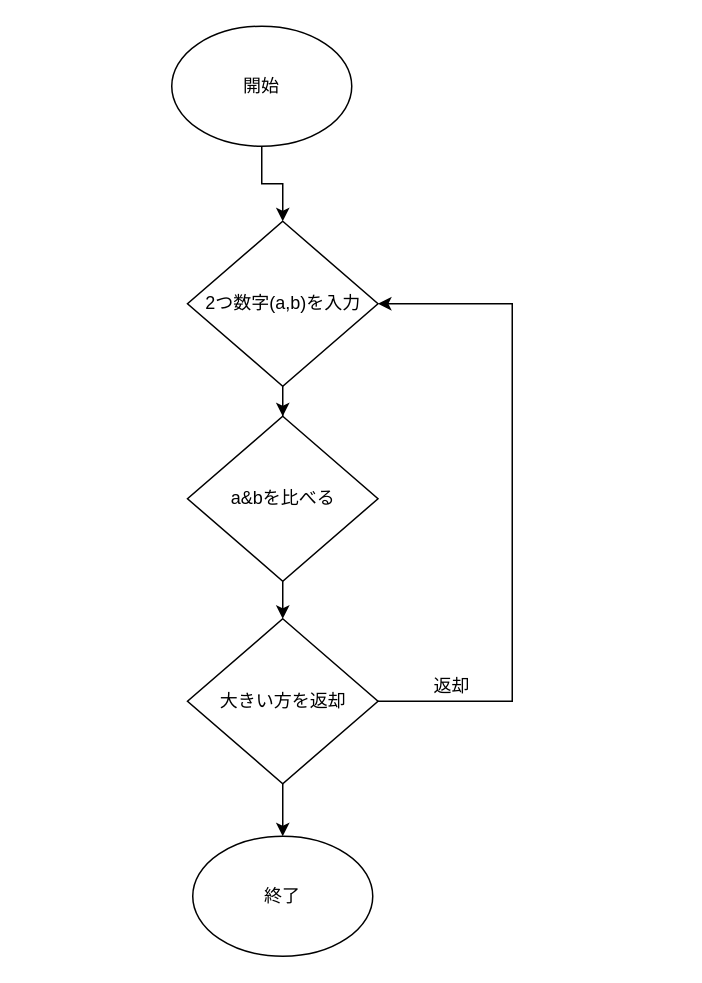
Earlier version of the draw.io diagram Untitled Diagram.drawio (HanyuC2019/flowchart). Source tidied: cells renumbered, new cells numbered last; positions are measured from the earlier drawing's top-left corner, leaving out a move shared by most shapes. Both pictures are drawn from the tidied source at 150%, with x=0, y=0 at pixel (171, 26).
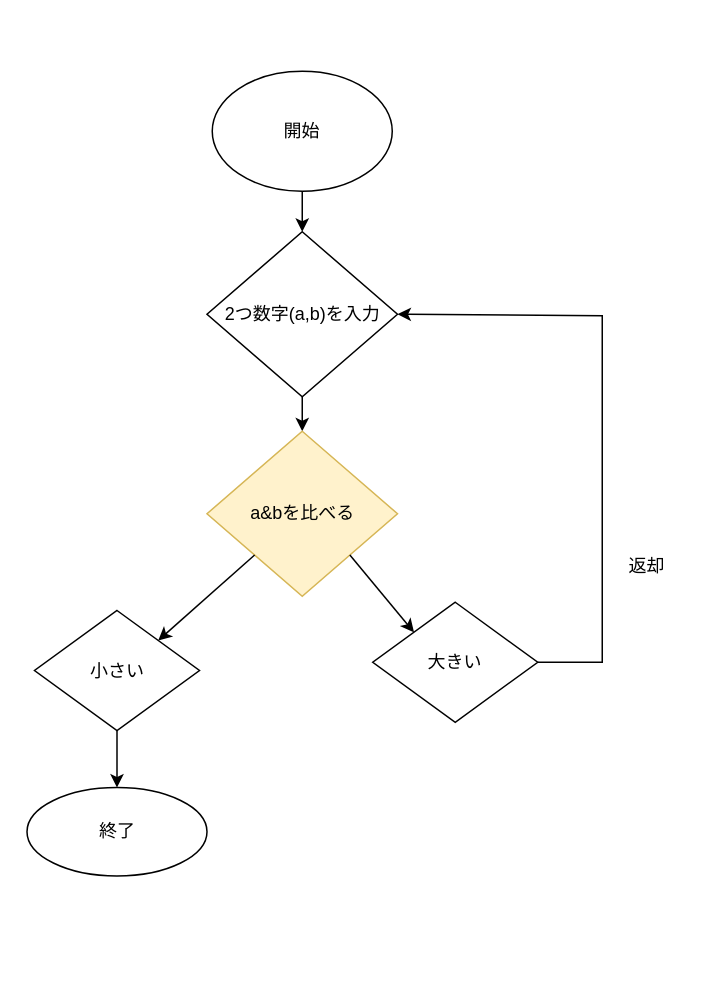
The same page after the edit.

Change to the diagram source:
```diff
@@
 <mxGraphModel>
   <root>
     <mxCell id="0" />
     <mxCell id="1" parent="0" />
     <mxCell id="2" value="開始" style="ellipse;whiteSpace=wrap;html=1;" parent="1" vertex="1">
-      <mxGeometry width="120" height="80" as="geometry" />
+      <mxGeometry x="27" y="30" width="120" height="80" as="geometry" />
     </mxCell>
     <mxCell id="3" style="edgeStyle=orthogonalEdgeStyle;rounded=0;jettySize=auto;html=1;" parent="1" edge="1" source="9" target="5">
       <mxGeometry relative="1" as="geometry" />
     </mxCell>
-    <mxCell id="4" style="edgeStyle=orthogonalEdgeStyle;rounded=0;jettySize=auto;html=1;" parent="1" edge="1" source="5" target="8">
-      <mxGeometry relative="1" as="geometry" />
-    </mxCell>
-    <mxCell id="5" value="a&amp;amp;bを比べる" style="rhombus;whiteSpace=wrap;html=1;" parent="1" vertex="1">
-      <mxGeometry x="10.5" y="260" width="127" height="110" as="geometry" />
+    <mxCell id="5" value="a&amp;amp;bを比べる" style="rhombus;whiteSpace=wrap;html=1;fillColor=#fff2cc;strokeColor=#d6b656;" parent="1" vertex="1">
+      <mxGeometry x="23.5" y="270" width="127" height="110" as="geometry" />
     </mxCell>
-    <mxCell id="6" style="edgeStyle=orthogonalEdgeStyle;rounded=0;jettySize=auto;html=1;entryX=1;entryY=0.5;entryDx=0;entryDy=0;" parent="1" edge="1" source="8" target="9">
+    <mxCell id="6" style="edgeStyle=orthogonalEdgeStyle;rounded=0;jettySize=auto;html=1;entryX=1;entryY=0.5;entryDx=0;entryDy=0;exitX=1;exitY=0.5;exitDx=0;exitDy=0;" parent="1" edge="1" source="15" target="9">
       <mxGeometry relative="1" as="geometry">
         <Array as="points">
-          <mxPoint x="227" y="450" />
-          <mxPoint x="227" y="185" />
+          <mxPoint x="287" y="424" />
+          <mxPoint x="287" y="193" />
         </Array>
       </mxGeometry>
     </mxCell>
-    <mxCell id="7" style="edgeStyle=orthogonalEdgeStyle;rounded=0;jettySize=auto;html=1;entryX=0.5;entryY=0;entryDx=0;entryDy=0;" parent="1" edge="1" source="8" target="12">
-      <mxGeometry relative="1" as="geometry" />
+    <mxCell id="7" style="edgeStyle=orthogonalEdgeStyle;rounded=0;jettySize=auto;html=1;entryX=0.5;entryY=0;entryDx=0;entryDy=0;" parent="1" edge="1" target="12">
+      <mxGeometry relative="1" as="geometry">
+        <mxPoint x="-36.5" y="469.6" as="sourcePoint" />
+      </mxGeometry>
     </mxCell>
-    <mxCell id="8" value="大きい方を返却" style="rhombus;whiteSpace=wrap;html=1;" parent="1" vertex="1">
-      <mxGeometry x="10.5" y="395" width="127" height="110" as="geometry" />
-    </mxCell>
     <mxCell id="9" value="2つ数字(a,b)を入力" style="rhombus;whiteSpace=wrap;html=1;" parent="1" vertex="1">
-      <mxGeometry x="10.5" y="130" width="127" height="110" as="geometry" />
+      <mxGeometry x="23.5" y="137" width="127" height="110" as="geometry" />
     </mxCell>
     <mxCell id="10" style="edgeStyle=orthogonalEdgeStyle;rounded=0;jettySize=auto;html=1;" parent="1" edge="1" source="2" target="9">
       <mxGeometry relative="1" as="geometry" />
     </mxCell>
     <mxCell id="11" value="返却" style="text;html=1;strokeColor=none;fillColor=none;align=center;verticalAlign=middle;whiteSpace=wrap;rounded=0;" parent="1" vertex="1">
-      <mxGeometry x="167" y="430" width="40" height="20" as="geometry" />
+      <mxGeometry x="297" y="350" width="40" height="20" as="geometry" />
     </mxCell>
     <mxCell id="12" value="終了" style="ellipse;whiteSpace=wrap;html=1;" parent="1" vertex="1">
-      <mxGeometry x="14" y="540" width="120" height="80" as="geometry" />
+      <mxGeometry x="-96.5" y="507.5" width="120" height="59" as="geometry" />
     </mxCell>
+    <mxCell id="13" value="小さい" style="rhombus;whiteSpace=wrap;html=1;" parent="1" vertex="1">
+      <mxGeometry x="-91.5" y="389.5" width="110" height="80" as="geometry" />
+    </mxCell>
+    <mxCell id="14" style="endArrow=classic;html=1;entryX=1;entryY=0;entryDx=0;entryDy=0;exitX=0;exitY=1;exitDx=0;exitDy=0;" parent="1" edge="1" source="5" target="13">
+      <mxGeometry relative="1" as="geometry" />
+    </mxCell>
+    <mxCell id="15" value="大きい" style="rhombus;whiteSpace=wrap;html=1;" parent="1" vertex="1">
+      <mxGeometry x="134" y="384" width="110" height="80" as="geometry" />
+    </mxCell>
+    <mxCell id="16" style="endArrow=classic;html=1;exitX=1;exitY=1;exitDx=0;exitDy=0;entryX=0;entryY=0;entryDx=0;entryDy=0;" parent="1" edge="1" source="5" target="15">
+      <mxGeometry relative="1" as="geometry" />
+    </mxCell>
   </root>
 </mxGraphModel>
```
